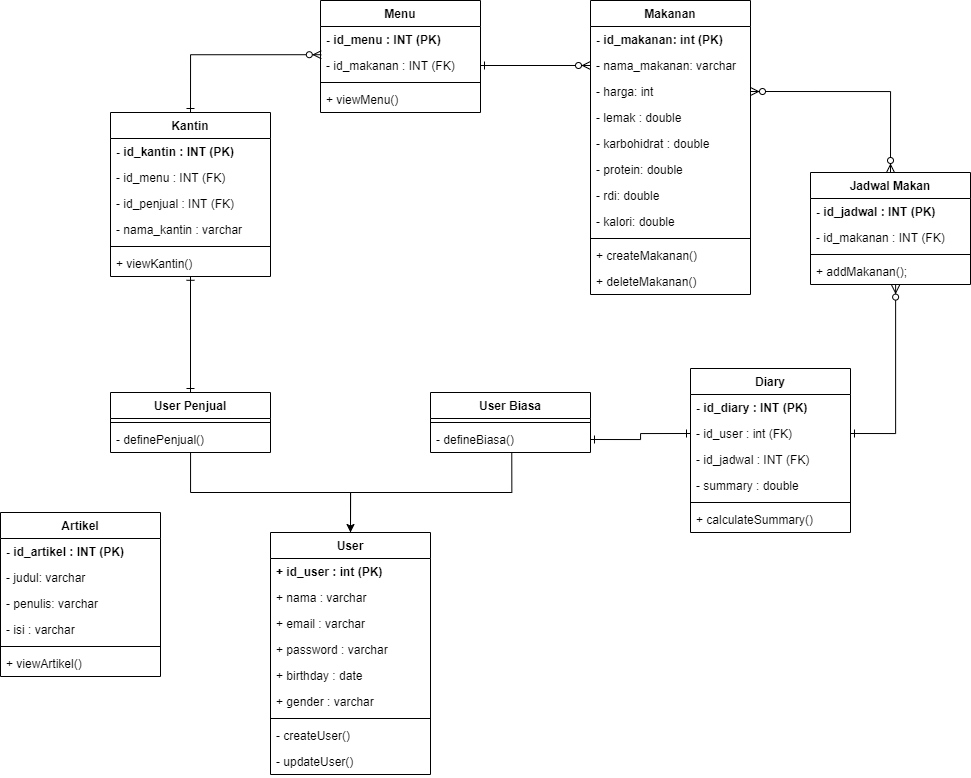
Earlier version of the draw.io export Frontend/img/class_diagram.png (fariswaliyuddin/PSBO). Source tidied: cells renumbered, new cells last; positions are measured from the earlier drawing's top-left corner, leaving out a move shared by most shapes.
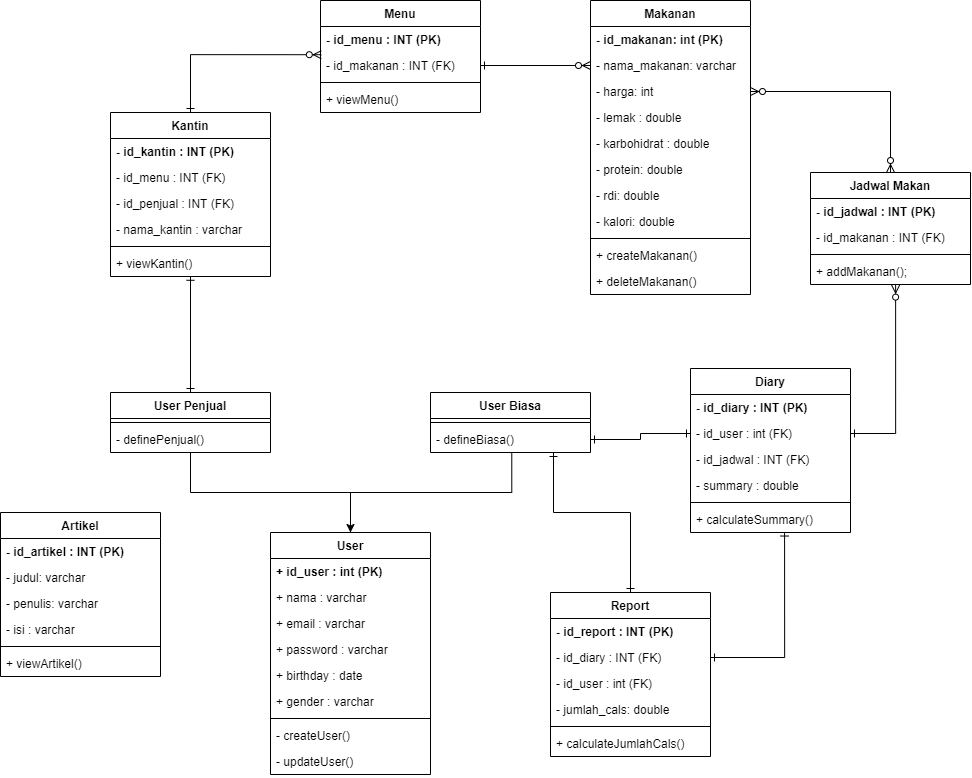
Later version of the same file.

The edit, as a diff of the source:
```diff
@@ -208,5 +208,38 @@
         </Array>
       </mxGeometry>
     </mxCell>
+    <mxCell id="69" style="edgeStyle=orthogonalEdgeStyle;rounded=0;jettySize=auto;html=1;exitX=0.5;exitY=0;exitDx=0;exitDy=0;startArrow=ERone;startFill=0;endArrow=ERone;endFill=0;" parent="1" edge="1" source="70">
+      <mxGeometry relative="1" as="geometry">
+        <mxPoint x="553" y="452" as="targetPoint" />
+        <Array as="points">
+          <mxPoint x="630" y="512" />
+          <mxPoint x="553" y="512" />
+        </Array>
+      </mxGeometry>
+    </mxCell>
+    <mxCell id="70" value="Report" style="swimlane;fontStyle=1;align=center;verticalAlign=top;horizontal=1;startSize=26;" parent="1" vertex="1">
+      <mxGeometry x="550" y="592" width="160" height="164" as="geometry" />
+    </mxCell>
+    <mxCell id="71" value="- id_report : INT (PK)" style="text;strokeColor=none;fillColor=none;align=left;verticalAlign=top;spacingLeft=4;spacingRight=4;overflow=hidden;fontStyle=1;" parent="70" vertex="1">
+      <mxGeometry y="26" width="160" height="26" as="geometry" />
+    </mxCell>
+    <mxCell id="72" value="- id_diary : INT (FK)" style="text;strokeColor=none;fillColor=none;align=left;verticalAlign=top;spacingLeft=4;spacingRight=4;overflow=hidden;points=[[0,0.5],[1,0.5]];portConstraint=eastwest;fontStyle=0;" parent="70" vertex="1">
+      <mxGeometry y="52" width="160" height="26" as="geometry" />
+    </mxCell>
+    <mxCell id="73" value="- id_user : int (FK)" style="text;strokeColor=none;fillColor=none;align=left;verticalAlign=top;spacingLeft=4;spacingRight=4;overflow=hidden;fontStyle=0;" parent="70" vertex="1">
+      <mxGeometry y="78" width="160" height="26" as="geometry" />
+    </mxCell>
+    <mxCell id="74" value="- jumlah_cals: double" style="text;strokeColor=none;fillColor=none;align=left;verticalAlign=top;spacingLeft=4;spacingRight=4;overflow=hidden;" parent="70" vertex="1">
+      <mxGeometry y="104" width="160" height="26" as="geometry" />
+    </mxCell>
+    <mxCell id="75" style="line;strokeWidth=1;fillColor=none;align=left;verticalAlign=middle;spacingTop=-1;spacingLeft=3;spacingRight=3;labelPosition=right;" parent="70" vertex="1">
+      <mxGeometry y="130" width="160" height="8" as="geometry" />
+    </mxCell>
+    <mxCell id="76" value="+ calculateJumlahCals()" style="text;strokeColor=none;fillColor=none;align=left;verticalAlign=top;spacingLeft=4;spacingRight=4;overflow=hidden;" parent="70" vertex="1">
+      <mxGeometry y="138" width="160" height="26" as="geometry" />
+    </mxCell>
+    <mxCell id="77" style="edgeStyle=orthogonalEdgeStyle;rounded=0;jettySize=auto;html=1;exitX=1;exitY=0.5;exitDx=0;exitDy=0;entryX=0.588;entryY=0.982;entryDx=0;entryDy=0;entryPerimeter=0;startArrow=ERone;startFill=0;endArrow=ERone;endFill=0;" parent="1" edge="1" source="72" target="39">
+      <mxGeometry relative="1" as="geometry" />
+    </mxCell>
   </root>
 </mxGraphModel>
```
